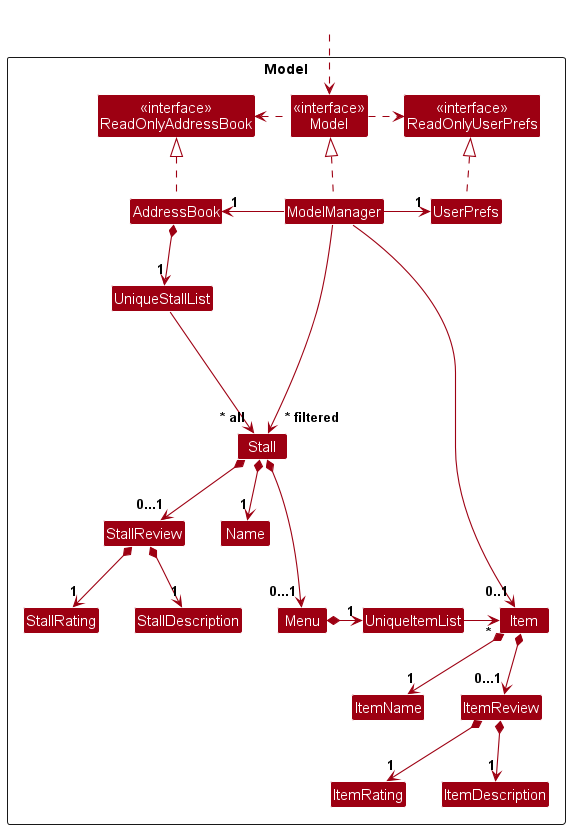
teoks0199/tp keeps this PlantUML diagram as docs/images/ModelClassDiagram.png. Above is the earlier version.
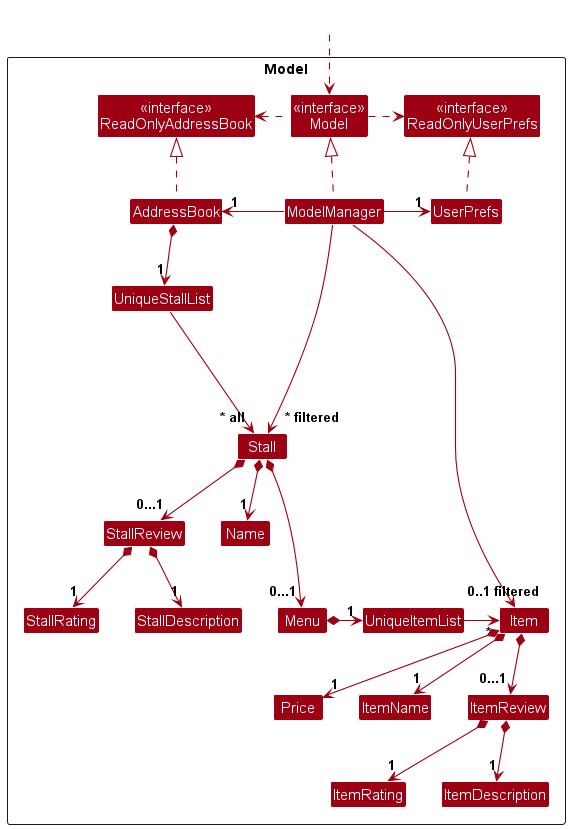
After the change.

Commit message:
Update UML diagram for Model Class

What changed in the source:
```diff
@@ -10,10 +10,12 @@
 Class "<<interface>>\nModel" as Model
 Class AddressBook
 Class ModelManager
+
 Class UserPrefs
 Class UniqueStallList
 Class UniqueItemList
 Class Stall
+Class Price
 Class StallReview
 Class StallRating
 Class StallDescription
@@ -38,13 +40,14 @@
 Model .left.> ReadOnlyAddressBook
 ModelManager -left-> "1" AddressBook
 ModelManager -right-> "1" UserPrefs
-ModelManager -down-> "0..1" Item
+ModelManager -down-> "0..1 filtered" Item
 UserPrefs .up.|> ReadOnlyUserPrefs
 
 AddressBook *--> "1" UniqueStallList
 UniqueStallList --> "~* all" Stall
 Stall *--> "1" Name
 Stall *-down->  "0...1" StallReview
+Item *-down-> "1" Price
 
 Stall *---> "0...1" Menu
 StallReview *--> "1" StallRating
```
